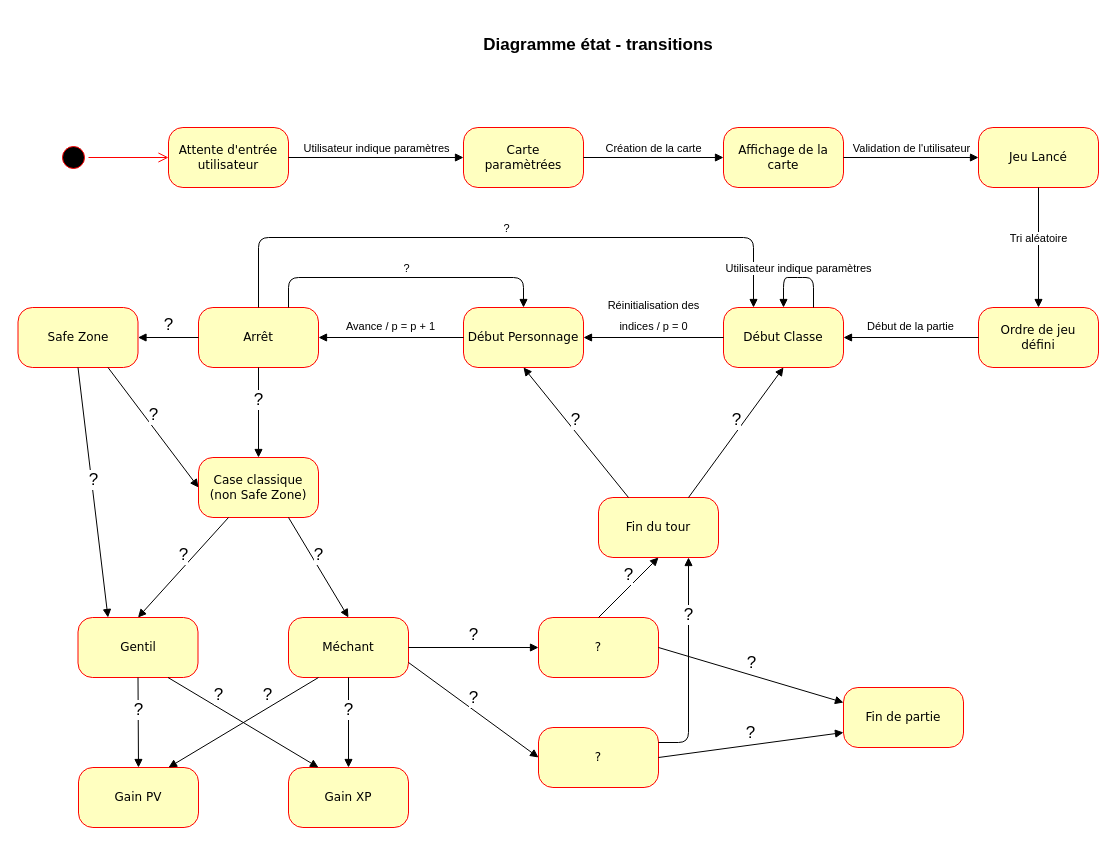
Above: diagramme_etat_transition.drawio in agenceDEVI/ConceptObjet (draw.io), before the change. Source tidied: cells renumbered, new cells numbered last; positions are measured from the earlier drawing's top-left corner, leaving out a move shared by most shapes. Both pictures are drawn from the tidied source at 100%, with x=0, y=0 at pixel (18, 17).
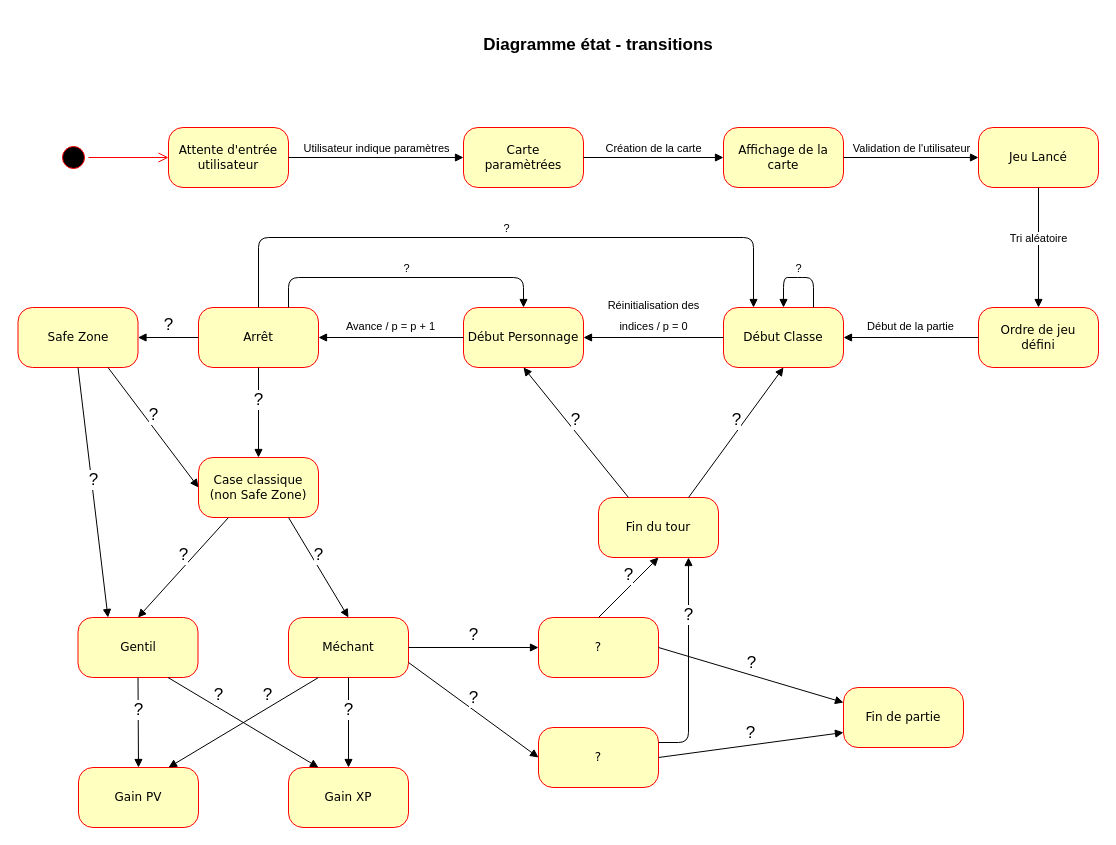
After the change.

Commit message:
modifs diagramme etat transi

The change refers to these unchanged cells:
```xml
<mxCell id="15" value="Début Classe" style="rounded=1;whiteSpace=wrap;html=1;arcSize=24;fillColor=#ffffc0;strokeColor=#ff0000;shadow=0;comic=0;labelBackgroundColor=none;fontFamily=Verdana;fontSize=12;fontColor=#000000;align=center;" parent="1" vertex="1">
  <mxGeometry x="705" y="290" width="120" height="60" as="geometry" />
</mxCell>
```

What changed in the source:
```diff
@@
-    <mxCell id="23" value="Utilisateur indique paramètres" style="html=1;verticalAlign=bottom;endArrow=block;exitX=0.75;exitY=0;exitDx=0;exitDy=0;entryX=0.5;entryY=0;entryDx=0;entryDy=0;" parent="1" edge="1" source="15" target="15">
+    <mxCell id="23" value="&lt;div&gt;?&lt;/div&gt;" style="html=1;verticalAlign=bottom;endArrow=block;exitX=0.75;exitY=0;exitDx=0;exitDy=0;entryX=0.5;entryY=0;entryDx=0;entryDy=0;" parent="1" edge="1" source="15" target="15">
       <mxGeometry relative="1" as="geometry">
         <Array as="points">
           <mxPoint x="795" y="260" />
           <mxPoint x="780" y="260" />
           <mxPoint x="765" y="260" />
         </Array>
       </mxGeometry>
     </mxCell>
```
